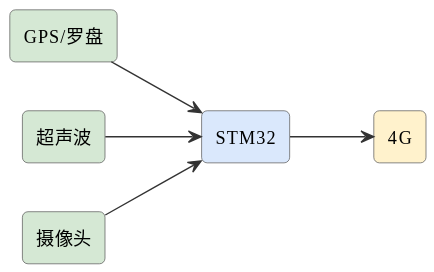
Earlier version of the PlantUML export assets/diagrams/ideas-fig104.svg (mingyi0818/IntelligentMcuCourse).
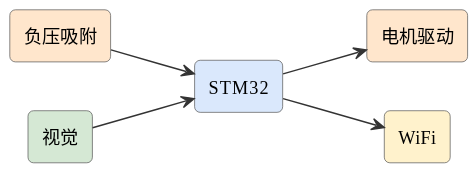
Above is the later version.

What changed in the source:
```diff
@@ -6,13 +6,13 @@
 skinparam arrowFontSize 11
 skinparam arrowColor #333
 left to right direction
-rectangle "GPS/罗盘" as gps #d5e8d4
-rectangle "超声波" as ult #d5e8d4
+rectangle "负压吸附" as suck #ffe6cc
+rectangle "视觉" as cam #d5e8d4
 rectangle "STM32" as stm #dae8fc
-rectangle "摄像头" as cam #d5e8d4
-rectangle "4G" as g #fff2cc
-gps --> stm
-ult --> stm
+rectangle "电机驱动" as motor #ffe6cc
+rectangle "WiFi" as wifi #fff2cc
+suck --> stm
 cam --> stm
-stm --> g
+stm --> motor
+stm --> wifi
 @enduml
```
